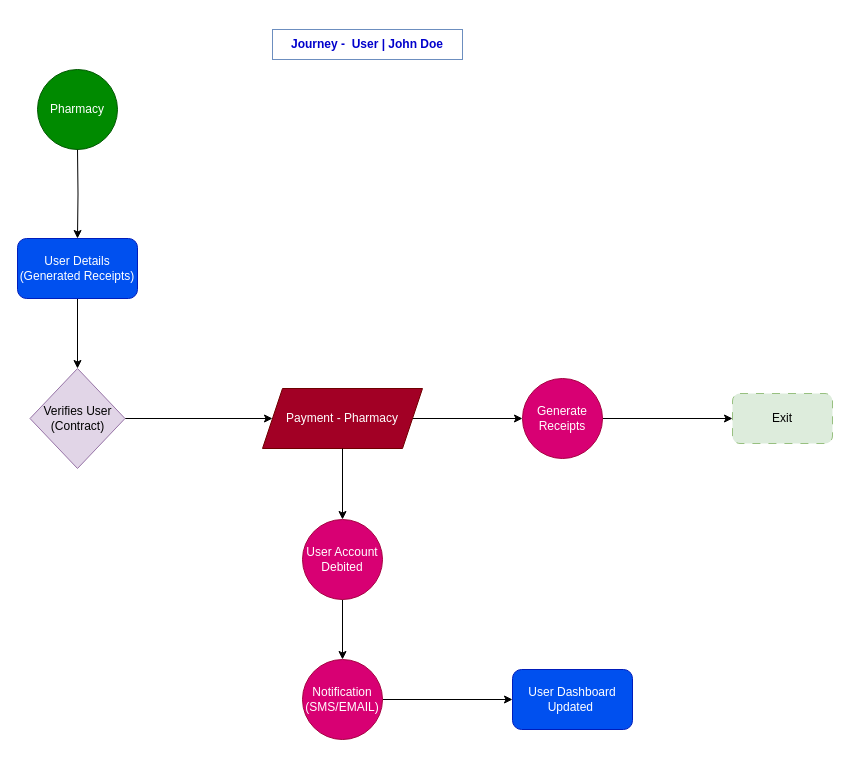
dabiko/draw-io keeps this draw.io diagram as User  Dr Alice Journey.drawio. Above is the earlier version. Source tidied: cells renumbered, new cells numbered last; positions are measured from the earlier drawing's top-left corner, leaving out a move shared by most shapes. Both pictures are drawn from the tidied source at 100%, with x=0, y=0 at pixel (17, 29).
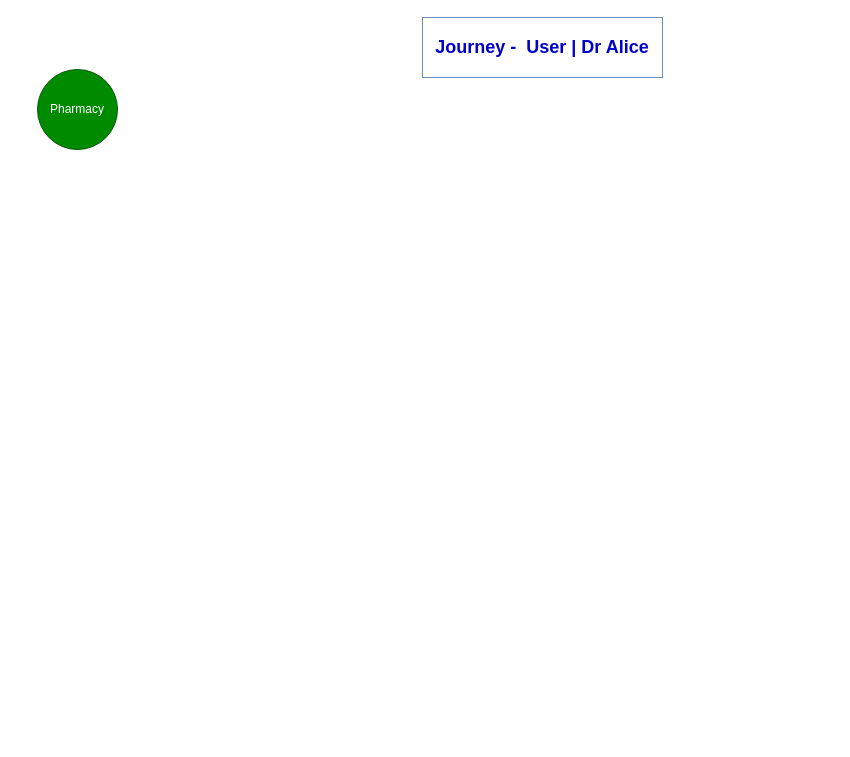
Above is the later version.

Diff of the diagram source:
```diff
@@
-    <mxCell id="2" value="&lt;b&gt;&lt;font color=&quot;#0000cc&quot;&gt;Journey -&amp;nbsp; User | John Doe&lt;/font&gt;&lt;/b&gt;" style="text;html=1;align=center;verticalAlign=middle;whiteSpace=wrap;rounded=0;fillColor=none;strokeColor=#6c8ebf;" parent="1" vertex="1">
-      <mxGeometry x="255" width="190" height="30" as="geometry" />
+    <mxCell id="2" value="&lt;b&gt;&lt;font style=&quot;font-size: 18px;&quot; color=&quot;#0000cc&quot;&gt;Journey -&amp;nbsp; User | Dr Alice&lt;/font&gt;&lt;/b&gt;" style="text;html=1;align=center;verticalAlign=middle;whiteSpace=wrap;rounded=0;fillColor=none;strokeColor=#6c8ebf;" parent="1" vertex="1">
+      <mxGeometry x="405" y="-12" width="240" height="60" as="geometry" />
     </mxCell>
-    <mxCell id="3" style="edgeStyle=orthogonalEdgeStyle;rounded=0;jettySize=auto;html=1;entryX=0.5;entryY=0;entryDx=0;entryDy=0;" parent="1" edge="1" target="6">
-      <mxGeometry relative="1" as="geometry">
-        <mxPoint x="60" y="119" as="sourcePoint" />
-      </mxGeometry>
-    </mxCell>
@@
-    <mxCell id="5" style="edgeStyle=orthogonalEdgeStyle;rounded=0;jettySize=auto;html=1;exitX=0.5;exitY=1;exitDx=0;exitDy=0;entryX=0.5;entryY=0;entryDx=0;entryDy=0;" parent="1" edge="1" source="6" target="8">
-      <mxGeometry relative="1" as="geometry" />
-    </mxCell>
-    <mxCell id="6" value="User Details (Generated Receipts)" style="rounded=1;whiteSpace=wrap;html=1;fillColor=#0050ef;fontColor=#ffffff;strokeColor=#001DBC;" parent="1" vertex="1">
-      <mxGeometry y="209" width="120" height="60" as="geometry" />
-    </mxCell>
-    <mxCell id="7" style="edgeStyle=orthogonalEdgeStyle;rounded=0;jettySize=auto;html=1;exitX=1;exitY=0.5;exitDx=0;exitDy=0;" parent="1" edge="1" source="8" target="12">
-      <mxGeometry relative="1" as="geometry" />
-    </mxCell>
-    <mxCell id="8" value="Verifies User (Contract)" style="rhombus;whiteSpace=wrap;html=1;fillColor=#e1d5e7;strokeColor=#9673a6;" parent="1" vertex="1">
-      <mxGeometry x="12.5" y="339" width="95" height="100" as="geometry" />
-    </mxCell>
-    <mxCell id="9" style="edgeStyle=orthogonalEdgeStyle;rounded=0;jettySize=auto;html=1;exitX=1;exitY=0.5;exitDx=0;exitDy=0;entryX=0;entryY=0.5;entryDx=0;entryDy=0;" parent="1" edge="1" source="10" target="13">
-      <mxGeometry relative="1" as="geometry" />
-    </mxCell>
-    <mxCell id="10" value="Generate Receipts" style="ellipse;whiteSpace=wrap;html=1;fillColor=#d80073;strokeColor=#A50040;fontColor=#ffffff;" parent="1" vertex="1">
-      <mxGeometry x="505" y="349" width="80" height="80" as="geometry" />
-    </mxCell>
-    <mxCell id="11" style="edgeStyle=orthogonalEdgeStyle;rounded=0;jettySize=auto;html=1;exitX=1;exitY=0.5;exitDx=0;exitDy=0;entryX=0;entryY=0.5;entryDx=0;entryDy=0;" parent="1" edge="1" source="12" target="10">
-      <mxGeometry relative="1" as="geometry" />
-    </mxCell>
-    <mxCell id="12" value="Payment - Pharmacy" style="shape=parallelogram;perimeter=parallelogramPerimeter;whiteSpace=wrap;html=1;fixedSize=1;fillColor=#a20025;fontColor=#ffffff;strokeColor=#6F0000;" parent="1" vertex="1">
-      <mxGeometry x="245" y="359" width="160" height="60" as="geometry" />
-    </mxCell>
-    <mxCell id="13" value="Exit" style="rounded=1;whiteSpace=wrap;html=1;fillColor=#d5e8d4;strokeColor=#82b366;dashed=1;dashPattern=8 8;fillStyle=solid;opacity=80;" parent="1" vertex="1">
-      <mxGeometry x="715" y="364" width="100" height="50" as="geometry" />
-    </mxCell>
-    <mxCell id="14" style="edgeStyle=orthogonalEdgeStyle;rounded=0;jettySize=auto;html=1;entryX=0.5;entryY=0;entryDx=0;entryDy=0;" parent="1" edge="1" source="15" target="17">
-      <mxGeometry relative="1" as="geometry" />
-    </mxCell>
-    <mxCell id="15" value="User Account Debited" style="ellipse;whiteSpace=wrap;html=1;fillColor=#d80073;strokeColor=#A50040;fontColor=#ffffff;" parent="1" vertex="1">
-      <mxGeometry x="285" y="490" width="80" height="80" as="geometry" />
-    </mxCell>
-    <mxCell id="16" style="edgeStyle=orthogonalEdgeStyle;rounded=0;jettySize=auto;html=1;entryX=0;entryY=0.5;entryDx=0;entryDy=0;" parent="1" edge="1" source="17" target="18">
-      <mxGeometry relative="1" as="geometry" />
-    </mxCell>
-    <mxCell id="17" value="Notification (SMS/EMAIL)" style="ellipse;whiteSpace=wrap;html=1;fillColor=#d80073;strokeColor=#A50040;fontColor=#ffffff;" parent="1" vertex="1">
-      <mxGeometry x="285" y="630" width="80" height="80" as="geometry" />
-    </mxCell>
-    <mxCell id="18" value="User Dashboard Updated&amp;nbsp;" style="rounded=1;whiteSpace=wrap;html=1;fillColor=#0050ef;fontColor=#ffffff;strokeColor=#001DBC;" parent="1" vertex="1">
-      <mxGeometry x="495" y="640" width="120" height="60" as="geometry" />
-    </mxCell>
-    <mxCell id="19" style="edgeStyle=orthogonalEdgeStyle;rounded=0;jettySize=auto;html=1;entryX=0.5;entryY=0;entryDx=0;entryDy=0;entryPerimeter=0;" parent="1" edge="1" source="12" target="15">
-      <mxGeometry relative="1" as="geometry" />
-    </mxCell>
```
